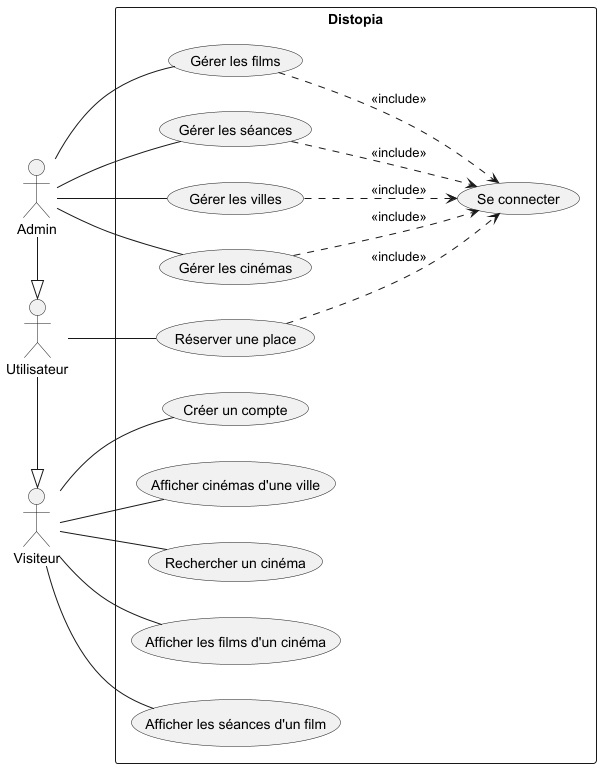
Earlier version of the PlantUML export docs/01 - Use Case/Use Case.png (john7440/Distopia). The source it was exported from:
```plantuml
@startuml
left to right direction

Actor Visiteur
Actor Utilisateur
Actor Admin

Utilisateur -|> Visiteur
Admin -|> Utilisateur

rectangle "Distopia" {

usecase "Se connecter" as AUTH
usecase "Afficher cinémas d'une ville" as UC1
usecase "Rechercher un cinéma" as UC2
usecase "Afficher les films d'un cinéma" as UC3
usecase "Afficher les séances d'un film" as UC4
usecase "Créer un compte" as UC5

usecase "Réserver une place" as UC6

usecase "Gérer les villes" as A1
usecase "Gérer les cinémas" as A2
usecase "Gérer les films" as A3
usecase "Gérer les séances" as A4


Visiteur -- UC1
Visiteur -- UC2
Visiteur -- UC3
Visiteur -- UC4
Visiteur -- UC5

Utilisateur -- UC6

Admin -- A1
Admin -- A2
Admin -- A3
Admin -- A4

UC6 ..> AUTH : <<include>>
A1 ..> AUTH : <<include>>
A2 ..> AUTH : <<include>>
A3 ..> AUTH : <<include>>
A4 ..> AUTH : <<include>>
}
@enduml
```
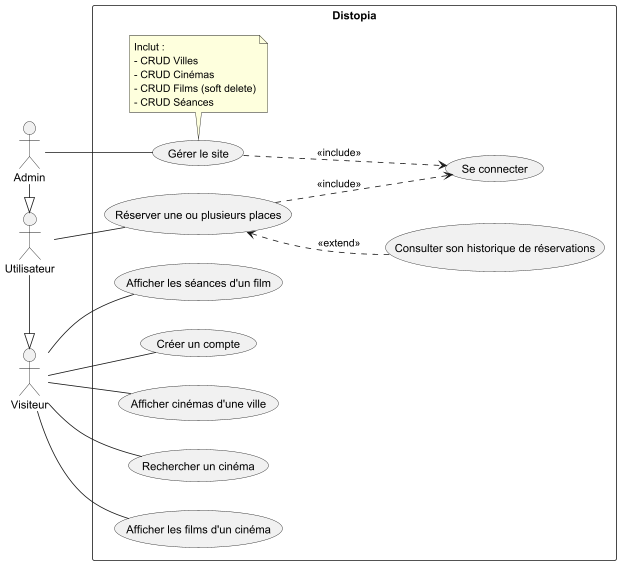
Later version of the same file.

Commit message:
améliorations du diagramme de use case

Change to the diagram source:
```diff
@@ -10,20 +10,27 @@
 
 rectangle "Distopia" {
 
+usecase "Gérer le site" as A1
+
 usecase "Se connecter" as AUTH
+usecase "Créer un compte" as UC5
+
 usecase "Afficher cinémas d'une ville" as UC1
 usecase "Rechercher un cinéma" as UC2
 usecase "Afficher les films d'un cinéma" as UC3
 usecase "Afficher les séances d'un film" as UC4
-usecase "Créer un compte" as UC5
 
-usecase "Réserver une place" as UC6
+usecase "Réserver une ou plusieurs places" as UC6
 
-usecase "Gérer les villes" as A1
-usecase "Gérer les cinémas" as A2
-usecase "Gérer les films" as A3
-usecase "Gérer les séances" as A4
+usecase "Consulter son historique de réservations" as UC7
 
+note bottom of A1
+    Inclut :
+    - CRUD Villes
+    - CRUD Cinémas
+    - CRUD Films (soft delete)
+    - CRUD Séances
+end note
 
 Visiteur -- UC1
 Visiteur -- UC2
@@ -34,14 +41,10 @@
 Utilisateur -- UC6
 
 Admin -- A1
-Admin -- A2
-Admin -- A3
-Admin -- A4
 
 UC6 ..> AUTH : <<include>>
 A1 ..> AUTH : <<include>>
-A2 ..> AUTH : <<include>>
-A3 ..> AUTH : <<include>>
-A4 ..> AUTH : <<include>>
+
+UC7 .up.> UC6 : <<extend>>
 }
 @enduml
```
